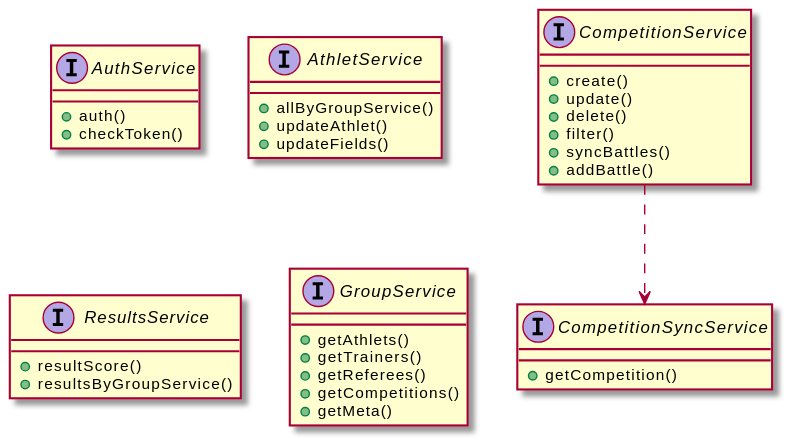
ArdentK/bmstu-6sem-ppo keeps this PlantUML diagram as docs/assets/businessLogics.svg. Above is the earlier version.
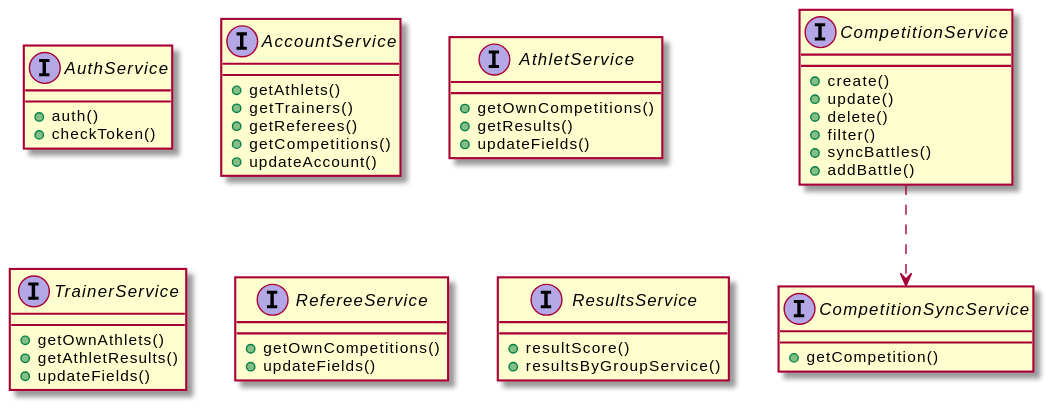
Above is the later version.

What changed in the source:
```diff
@@ -5,9 +5,28 @@
     +checkToken()
 }
 
+interface AccountService {
+    +getAthlets()
+    +getTrainers()
+    +getReferees()
+    +getCompetitions()
+    +updateAccount()
+}
+
 interface AthletService {
-    +allByGroupService()
-    +updateAthlet()
+    +getOwnCompetitions()
+    +getResults()
+    +updateFields()
+}
+
+interface TrainerService {
+    +getOwnAthlets()
+    +getAthletResults()
+    +updateFields()
+}
+
+interface RefereeService {
+    +getOwnCompetitions()
     +updateFields()
 }
 
@@ -27,14 +46,6 @@
     +resultsByGroupService()
 }
 
-interface GroupService {
-    +getAthlets()
-    +getTrainers()
-    +getReferees()
-    +getCompetitions()
-    +getMeta()
-}
-
 interface CompetitionSyncService {
     +getCompetition()
 }
```
